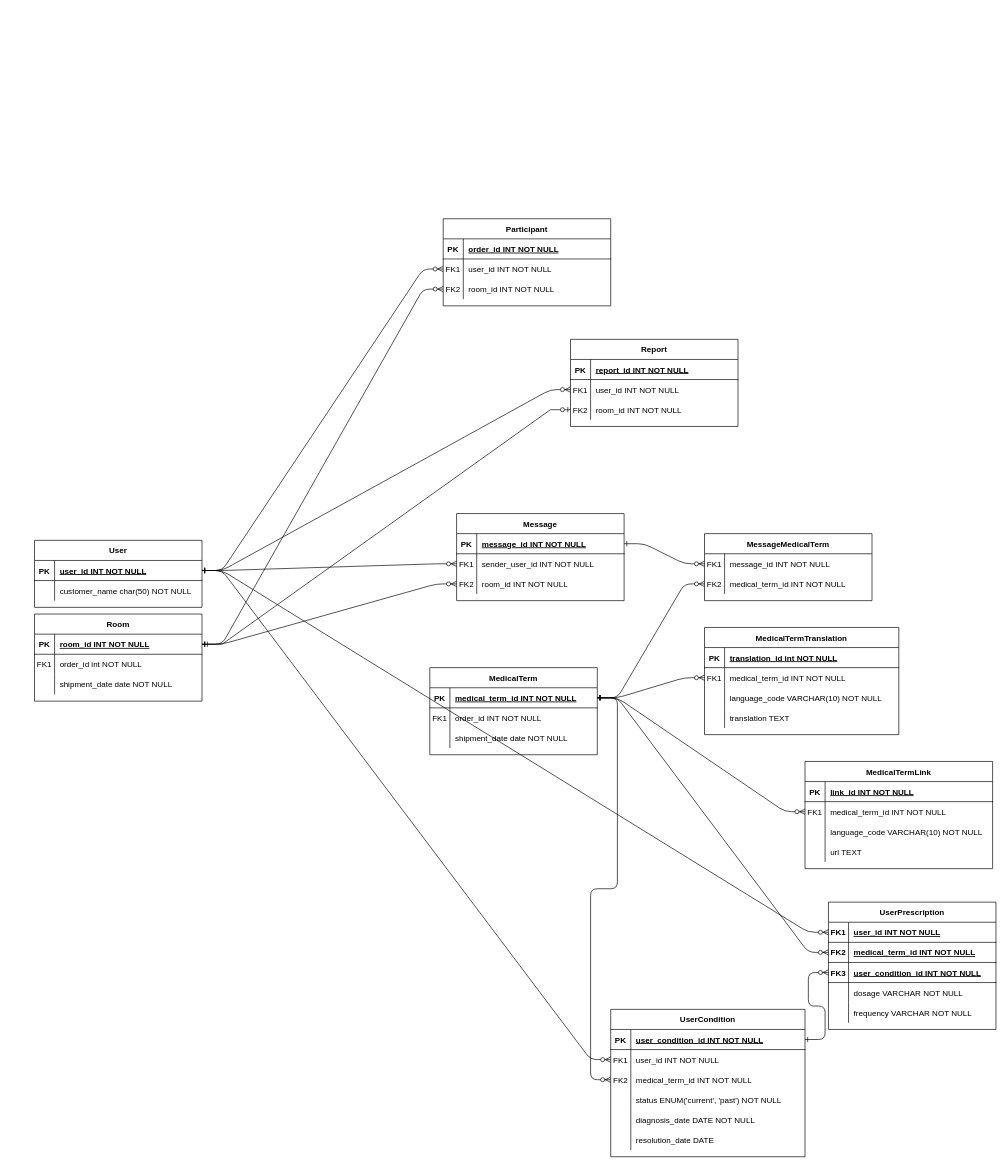
Earlier version of the draw.io diagram Untitled Diagram.drawio (chrisrauch193/HEAL-frontend). Source tidied: cells renumbered, new cells numbered last; positions are measured from the earlier drawing's top-left corner, leaving out a move shared by most shapes. Both pictures are drawn from the tidied source at 67%, with x=0, y=0 at pixel (34, 218).
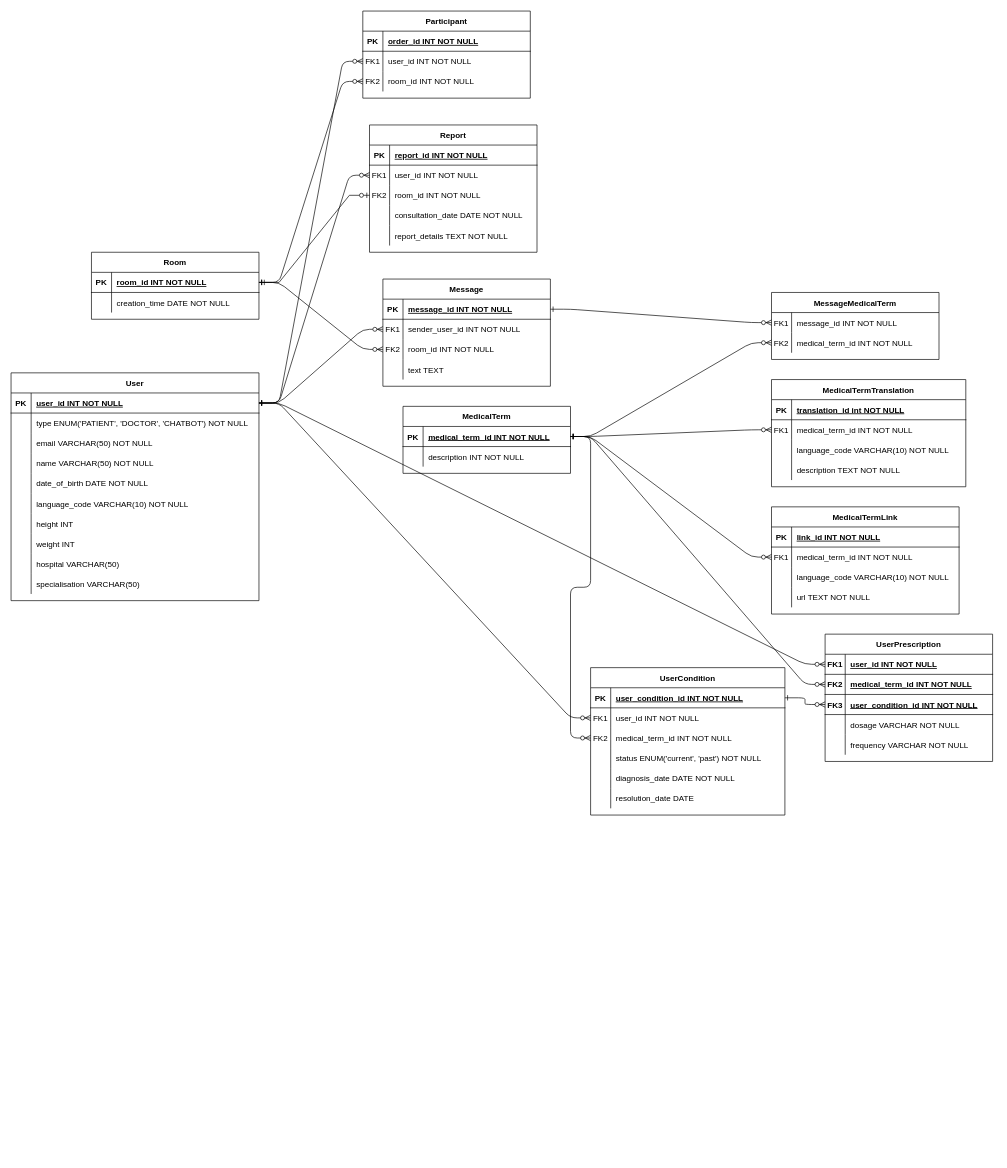
The same diagram, later.

Unchanged cells that the change refers to:
```xml
<mxCell id="18" style="shape=partialRectangle;fillColor=none;top=0;left=0;right=0;bottom=0;" parent="14" vertex="1">
  <mxGeometry y="60" width="250" height="30" as="geometry" />
</mxCell>
<mxCell id="58" style="shape=partialRectangle;fillColor=none;top=0;left=0;right=0;bottom=0;" parent="48" vertex="1">
  <mxGeometry y="120" width="280" height="30" as="geometry" />
</mxCell>
<mxCell id="72" style="shape=partialRectangle;fillColor=none;points=[[0,0.5],[1,0.5]];portConstraint=eastwest;top=0;left=0;right=0;bottom=1;" parent="71" vertex="1">
  <mxGeometry y="30" width="290" height="30" as="geometry" />
</mxCell>
<mxCell id="97" style="shape=partialRectangle;fillColor=none;points=[[0,0.5],[1,0.5]];portConstraint=eastwest;top=0;left=0;right=0;bottom=1;" parent="90" vertex="1">
  <mxGeometry y="90" width="250" height="30" as="geometry" />
</mxCell>
<mxCell id="113" style="shape=partialRectangle;fillColor=none;top=0;left=0;right=0;bottom=0;" parent="109" vertex="1">
  <mxGeometry y="60" width="250" height="30" as="geometry" />
</mxCell>
<mxCell id="132" style="shape=partialRectangle;fillColor=none;top=0;left=0;right=0;bottom=0;" parent="122" vertex="1">
  <mxGeometry y="120" width="290" height="30" as="geometry" />
</mxCell>
```

Change to the diagram source:
```diff
@@
     <mxCell id="4" value="Participant" style="shape=table;startSize=30;childLayout=tableLayout;rowLines=0;fontStyle=1;align=center;" parent="1" vertex="1">
-      <mxGeometry x="610" width="250" height="130" as="geometry" />
+      <mxGeometry x="490" y="-310" width="250" height="130" as="geometry" />
     </mxCell>
@@
     <mxCell id="14" value="Room" style="shape=table;startSize=30;childLayout=tableLayout;rowLines=0;fontStyle=1;align=center;" parent="1" vertex="1">
-      <mxGeometry y="590" width="250" height="130" as="geometry" />
+      <mxGeometry x="85" y="50" width="250" height="100" as="geometry" />
     </mxCell>
@@
-    <mxCell id="19" value="FK1" style="shape=partialRectangle;overflow=hidden;fillColor=none;top=0;left=0;bottom=0;right=0;" parent="18" vertex="1">
+    <mxCell id="19" style="shape=partialRectangle;overflow=hidden;fillColor=none;top=0;left=0;bottom=0;right=0;" parent="18" vertex="1">
       <mxGeometry width="30" height="30" as="geometry" />
     </mxCell>
-    <mxCell id="20" value="order_id int NOT NULL" style="shape=partialRectangle;overflow=hidden;fillColor=none;top=0;left=0;bottom=0;right=0;align=left;spacingLeft=6;" parent="18" vertex="1">
+    <mxCell id="20" value="creation_time DATE NOT NULL" style="shape=partialRectangle;overflow=hidden;fillColor=none;top=0;left=0;bottom=0;right=0;align=left;spacingLeft=6;" parent="18" vertex="1">
       <mxGeometry x="30" width="220" height="30" as="geometry" />
     </mxCell>
-    <mxCell id="21" style="shape=partialRectangle;fillColor=none;top=0;left=0;right=0;bottom=0;" parent="14" vertex="1">
-      <mxGeometry y="90" width="250" height="30" as="geometry" />
-    </mxCell>
-    <mxCell id="22" style="shape=partialRectangle;overflow=hidden;fillColor=none;top=0;left=0;bottom=0;right=0;" parent="21" vertex="1">
-      <mxGeometry width="30" height="30" as="geometry" />
-    </mxCell>
-    <mxCell id="23" value="shipment_date date NOT NULL" style="shape=partialRectangle;overflow=hidden;fillColor=none;top=0;left=0;bottom=0;right=0;align=left;spacingLeft=6;" parent="21" vertex="1">
-      <mxGeometry x="30" width="220" height="30" as="geometry" />
-    </mxCell>
     <mxCell id="24" value="User" style="shape=table;startSize=30;childLayout=tableLayout;rowLines=0;fontStyle=1;align=center;" parent="1" vertex="1">
-      <mxGeometry y="480" width="250" height="100" as="geometry" />
+      <mxGeometry x="-35" y="230" width="370" height="340" as="geometry" />
     </mxCell>
     <mxCell id="25" style="shape=partialRectangle;fillColor=none;points=[[0,0.5],[1,0.5]];portConstraint=eastwest;top=0;left=0;right=0;bottom=1;" parent="24" vertex="1">
-      <mxGeometry y="30" width="250" height="30" as="geometry" />
+      <mxGeometry y="30" width="370" height="30" as="geometry" />
     </mxCell>
@@
     <mxCell id="27" value="user_id INT NOT NULL " style="shape=partialRectangle;overflow=hidden;fillColor=none;top=0;left=0;bottom=0;right=0;align=left;spacingLeft=6;fontStyle=5;" parent="25" vertex="1">
-      <mxGeometry x="30" width="220" height="30" as="geometry" />
+      <mxGeometry x="30" width="340" height="30" as="geometry" />
     </mxCell>
     <mxCell id="28" style="shape=partialRectangle;fillColor=none;top=0;left=0;right=0;bottom=0;" parent="24" vertex="1">
-      <mxGeometry y="60" width="250" height="30" as="geometry" />
+      <mxGeometry y="60" width="370" height="30" as="geometry" />
     </mxCell>
@@
-    <mxCell id="30" value="customer_name char(50) NOT NULL" style="shape=partialRectangle;overflow=hidden;fillColor=none;top=0;left=0;bottom=0;right=0;align=left;spacingLeft=6;" parent="28" vertex="1">
-      <mxGeometry x="30" width="220" height="30" as="geometry" />
+    <mxCell id="30" value="type ENUM('PATIENT', 'DOCTOR', 'CHATBOT') NOT NULL" style="shape=partialRectangle;overflow=hidden;fillColor=none;top=0;left=0;bottom=0;right=0;align=left;spacingLeft=6;" parent="28" vertex="1">
+      <mxGeometry x="30" width="340" height="30" as="geometry" />
     </mxCell>
+    <mxCell id="142" style="shape=partialRectangle;fillColor=none;top=0;left=0;right=0;bottom=0;" parent="24" vertex="1">
+      <mxGeometry y="90" width="370" height="30" as="geometry" />
+    </mxCell>
+    <mxCell id="143" style="shape=partialRectangle;overflow=hidden;fillColor=none;top=0;left=0;bottom=0;right=0;" parent="142" vertex="1">
+      <mxGeometry width="30" height="30" as="geometry" />
+    </mxCell>
+    <mxCell id="144" value="email VARCHAR(50) NOT NULL" style="shape=partialRectangle;overflow=hidden;fillColor=none;top=0;left=0;bottom=0;right=0;align=left;spacingLeft=6;" parent="142" vertex="1">
+      <mxGeometry x="30" width="340" height="30" as="geometry" />
+    </mxCell>
+    <mxCell id="145" style="shape=partialRectangle;fillColor=none;top=0;left=0;right=0;bottom=0;" parent="24" vertex="1">
+      <mxGeometry y="120" width="370" height="30" as="geometry" />
+    </mxCell>
+    <mxCell id="146" style="shape=partialRectangle;overflow=hidden;fillColor=none;top=0;left=0;bottom=0;right=0;" parent="145" vertex="1">
+      <mxGeometry width="30" height="30" as="geometry" />
+    </mxCell>
+    <mxCell id="147" value="name VARCHAR(50) NOT NULL" style="shape=partialRectangle;overflow=hidden;fillColor=none;top=0;left=0;bottom=0;right=0;align=left;spacingLeft=6;" parent="145" vertex="1">
+      <mxGeometry x="30" width="340" height="30" as="geometry" />
+    </mxCell>
+    <mxCell id="148" style="shape=partialRectangle;fillColor=none;top=0;left=0;right=0;bottom=0;" parent="24" vertex="1">
+      <mxGeometry y="150" width="370" height="30" as="geometry" />
+    </mxCell>
+    <mxCell id="149" style="shape=partialRectangle;overflow=hidden;fillColor=none;top=0;left=0;bottom=0;right=0;" parent="148" vertex="1">
+      <mxGeometry width="30" height="30" as="geometry" />
+    </mxCell>
+    <mxCell id="150" value="date_of_birth DATE NOT NULL" style="shape=partialRectangle;overflow=hidden;fillColor=none;top=0;left=0;bottom=0;right=0;align=left;spacingLeft=6;" parent="148" vertex="1">
+      <mxGeometry x="30" width="340" height="30" as="geometry" />
+    </mxCell>
+    <mxCell id="151" style="shape=partialRectangle;fillColor=none;top=0;left=0;right=0;bottom=0;" parent="24" vertex="1">
+      <mxGeometry y="180" width="370" height="30" as="geometry" />
+    </mxCell>
+    <mxCell id="152" style="shape=partialRectangle;overflow=hidden;fillColor=none;top=0;left=0;bottom=0;right=0;" parent="151" vertex="1">
+      <mxGeometry width="30" height="30" as="geometry" />
+    </mxCell>
+    <mxCell id="153" value="language_code VARCHAR(10) NOT NULL" style="shape=partialRectangle;overflow=hidden;fillColor=none;top=0;left=0;bottom=0;right=0;align=left;spacingLeft=6;" parent="151" vertex="1">
+      <mxGeometry x="30" width="340" height="30" as="geometry" />
+    </mxCell>
+    <mxCell id="154" style="shape=partialRectangle;fillColor=none;top=0;left=0;right=0;bottom=0;" parent="24" vertex="1">
+      <mxGeometry y="210" width="370" height="30" as="geometry" />
+    </mxCell>
+    <mxCell id="155" style="shape=partialRectangle;overflow=hidden;fillColor=none;top=0;left=0;bottom=0;right=0;" parent="154" vertex="1">
+      <mxGeometry width="30" height="30" as="geometry" />
+    </mxCell>
+    <mxCell id="156" value="height INT" style="shape=partialRectangle;overflow=hidden;fillColor=none;top=0;left=0;bottom=0;right=0;align=left;spacingLeft=6;" parent="154" vertex="1">
+      <mxGeometry x="30" width="340" height="30" as="geometry" />
+    </mxCell>
+    <mxCell id="157" style="shape=partialRectangle;fillColor=none;top=0;left=0;right=0;bottom=0;" parent="24" vertex="1">
+      <mxGeometry y="240" width="370" height="30" as="geometry" />
+    </mxCell>
+    <mxCell id="158" style="shape=partialRectangle;overflow=hidden;fillColor=none;top=0;left=0;bottom=0;right=0;" parent="157" vertex="1">
+      <mxGeometry width="30" height="30" as="geometry" />
+    </mxCell>
+    <mxCell id="159" value="weight INT" style="shape=partialRectangle;overflow=hidden;fillColor=none;top=0;left=0;bottom=0;right=0;align=left;spacingLeft=6;" parent="157" vertex="1">
+      <mxGeometry x="30" width="340" height="30" as="geometry" />
+    </mxCell>
+    <mxCell id="160" style="shape=partialRectangle;fillColor=none;top=0;left=0;right=0;bottom=0;" parent="24" vertex="1">
+      <mxGeometry y="270" width="370" height="30" as="geometry" />
+    </mxCell>
+    <mxCell id="161" style="shape=partialRectangle;overflow=hidden;fillColor=none;top=0;left=0;bottom=0;right=0;" parent="160" vertex="1">
+      <mxGeometry width="30" height="30" as="geometry" />
+    </mxCell>
+    <mxCell id="162" value="hospital VARCHAR(50)" style="shape=partialRectangle;overflow=hidden;fillColor=none;top=0;left=0;bottom=0;right=0;align=left;spacingLeft=6;" parent="160" vertex="1">
+      <mxGeometry x="30" width="340" height="30" as="geometry" />
+    </mxCell>
+    <mxCell id="163" style="shape=partialRectangle;fillColor=none;top=0;left=0;right=0;bottom=0;" parent="24" vertex="1">
+      <mxGeometry y="300" width="370" height="30" as="geometry" />
+    </mxCell>
+    <mxCell id="164" style="shape=partialRectangle;overflow=hidden;fillColor=none;top=0;left=0;bottom=0;right=0;" parent="163" vertex="1">
+      <mxGeometry width="30" height="30" as="geometry" />
+    </mxCell>
+    <mxCell id="165" value="specialisation VARCHAR(50)" style="shape=partialRectangle;overflow=hidden;fillColor=none;top=0;left=0;bottom=0;right=0;align=left;spacingLeft=6;" parent="163" vertex="1">
+      <mxGeometry x="30" width="340" height="30" as="geometry" />
+    </mxCell>
     <mxCell id="31" value="Message" style="shape=table;startSize=30;childLayout=tableLayout;rowLines=0;fontStyle=1;align=center;" parent="1" vertex="1">
-      <mxGeometry x="630" y="440" width="250" height="130" as="geometry" />
+      <mxGeometry x="520" y="90" width="250" height="160" as="geometry" />
     </mxCell>
@@
+    <mxCell id="166" style="shape=partialRectangle;fillColor=none;top=0;left=0;right=0;bottom=0;" parent="31" vertex="1">
+      <mxGeometry y="120" width="250" height="30" as="geometry" />
+    </mxCell>
+    <mxCell id="167" style="shape=partialRectangle;overflow=hidden;fillColor=none;top=0;left=0;bottom=0;right=0;" parent="166" vertex="1">
+      <mxGeometry width="30" height="30" as="geometry" />
+    </mxCell>
+    <mxCell id="168" value="text TEXT" style="shape=partialRectangle;overflow=hidden;fillColor=none;top=0;left=0;bottom=0;right=0;align=left;spacingLeft=6;" parent="166" vertex="1">
+      <mxGeometry x="30" width="220" height="30" as="geometry" />
+    </mxCell>
     <mxCell id="41" value="MessageMedicalTerm" style="shape=table;startSize=30;childLayout=tableLayout;rowLines=0;fontStyle=1;align=center;" parent="1" vertex="1">
-      <mxGeometry x="1000" y="470" width="250" height="100" as="geometry" />
+      <mxGeometry x="1100" y="110" width="250" height="100" as="geometry" />
     </mxCell>
@@
     <mxCell id="48" value="MedicalTermLink" style="shape=table;startSize=30;childLayout=tableLayout;rowLines=0;fontStyle=1;align=center;" parent="1" vertex="1">
-      <mxGeometry x="1150" y="810" width="280" height="160" as="geometry" />
+      <mxGeometry x="1100" y="430" width="280" height="160" as="geometry" />
     </mxCell>
@@
-    <mxCell id="60" value="url TEXT" style="shape=partialRectangle;overflow=hidden;fillColor=none;top=0;left=0;bottom=0;right=0;align=left;spacingLeft=6;" parent="58" vertex="1">
+    <mxCell id="60" value="url TEXT NOT NULL" style="shape=partialRectangle;overflow=hidden;fillColor=none;top=0;left=0;bottom=0;right=0;align=left;spacingLeft=6;" parent="58" vertex="1">
       <mxGeometry x="30" width="250" height="30" as="geometry" />
     </mxCell>
     <mxCell id="61" value="Report" style="shape=table;startSize=30;childLayout=tableLayout;rowLines=0;fontStyle=1;align=center;" parent="1" vertex="1">
-      <mxGeometry x="800" y="180" width="250" height="130" as="geometry" />
+      <mxGeometry x="500" y="-140" width="250" height="190" as="geometry" />
     </mxCell>
@@
+    <mxCell id="169" style="shape=partialRectangle;fillColor=none;top=0;left=0;right=0;bottom=0;" parent="61" vertex="1">
+      <mxGeometry y="120" width="250" height="30" as="geometry" />
+    </mxCell>
+    <mxCell id="170" style="shape=partialRectangle;overflow=hidden;fillColor=none;top=0;left=0;bottom=0;right=0;" parent="169" vertex="1">
+      <mxGeometry width="30" height="30" as="geometry" />
+    </mxCell>
+    <mxCell id="171" value="consultation_date DATE NOT NULL" style="shape=partialRectangle;overflow=hidden;fillColor=none;top=0;left=0;bottom=0;right=0;align=left;spacingLeft=6;" parent="169" vertex="1">
+      <mxGeometry x="30" width="220" height="30" as="geometry" />
+    </mxCell>
+    <mxCell id="172" style="shape=partialRectangle;fillColor=none;top=0;left=0;right=0;bottom=0;" parent="61" vertex="1">
+      <mxGeometry y="150" width="250" height="30" as="geometry" />
+    </mxCell>
+    <mxCell id="173" style="shape=partialRectangle;overflow=hidden;fillColor=none;top=0;left=0;bottom=0;right=0;" parent="172" vertex="1">
+      <mxGeometry width="30" height="30" as="geometry" />
+    </mxCell>
+    <mxCell id="174" value="report_details TEXT NOT NULL" style="shape=partialRectangle;overflow=hidden;fillColor=none;top=0;left=0;bottom=0;right=0;align=left;spacingLeft=6;" parent="172" vertex="1">
+      <mxGeometry x="30" width="220" height="30" as="geometry" />
+    </mxCell>
     <mxCell id="71" value="UserCondition" style="shape=table;startSize=30;childLayout=tableLayout;rowLines=0;fontStyle=1;align=center;" parent="1" vertex="1">
-      <mxGeometry x="860" y="1180" width="290" height="220" as="geometry" />
+      <mxGeometry x="830" y="670" width="290" height="220" as="geometry" />
     </mxCell>
@@
     <mxCell id="90" value="UserPrescription" style="shape=table;startSize=30;childLayout=tableLayout;rowLines=0;fontStyle=1;align=center;" parent="1" vertex="1">
-      <mxGeometry x="1185" y="1020" width="250" height="190" as="geometry" />
+      <mxGeometry x="1180" y="620" width="250" height="190" as="geometry" />
     </mxCell>
@@
     <mxCell id="109" value="MedicalTerm" style="shape=table;startSize=30;childLayout=tableLayout;rowLines=0;fontStyle=1;align=center;" parent="1" vertex="1">
-      <mxGeometry x="590" y="670" width="250" height="130" as="geometry" />
+      <mxGeometry x="550" y="280" width="250" height="100" as="geometry" />
     </mxCell>
@@
-    <mxCell id="114" value="FK1" style="shape=partialRectangle;overflow=hidden;fillColor=none;top=0;left=0;bottom=0;right=0;" parent="113" vertex="1">
+    <mxCell id="114" style="shape=partialRectangle;overflow=hidden;fillColor=none;top=0;left=0;bottom=0;right=0;" parent="113" vertex="1">
       <mxGeometry width="30" height="30" as="geometry" />
     </mxCell>
-    <mxCell id="115" value="order_id INT NOT NULL" style="shape=partialRectangle;overflow=hidden;fillColor=none;top=0;left=0;bottom=0;right=0;align=left;spacingLeft=6;" parent="113" vertex="1">
+    <mxCell id="115" value="description INT NOT NULL" style="shape=partialRectangle;overflow=hidden;fillColor=none;top=0;left=0;bottom=0;right=0;align=left;spacingLeft=6;" parent="113" vertex="1">
       <mxGeometry x="30" width="220" height="30" as="geometry" />
     </mxCell>
-    <mxCell id="116" style="shape=partialRectangle;fillColor=none;top=0;left=0;right=0;bottom=0;" parent="109" vertex="1">
-      <mxGeometry y="90" width="250" height="30" as="geometry" />
-    </mxCell>
-    <mxCell id="117" style="shape=partialRectangle;overflow=hidden;fillColor=none;top=0;left=0;bottom=0;right=0;" parent="116" vertex="1">
-      <mxGeometry width="30" height="30" as="geometry" />
-    </mxCell>
-    <mxCell id="118" value="shipment_date date NOT NULL" style="shape=partialRectangle;overflow=hidden;fillColor=none;top=0;left=0;bottom=0;right=0;align=left;spacingLeft=6;" parent="116" vertex="1">
-      <mxGeometry x="30" width="220" height="30" as="geometry" />
-    </mxCell>
@@
     <mxCell id="122" value="MedicalTermTranslation" style="shape=table;startSize=30;childLayout=tableLayout;rowLines=0;fontStyle=1;align=center;" parent="1" vertex="1">
-      <mxGeometry x="1000" y="610" width="290" height="160" as="geometry" />
+      <mxGeometry x="1100" y="240" width="290" height="160" as="geometry" />
     </mxCell>
@@
-    <mxCell id="134" value="translation TEXT" style="shape=partialRectangle;overflow=hidden;fillColor=none;top=0;left=0;bottom=0;right=0;align=left;spacingLeft=6;" parent="132" vertex="1">
+    <mxCell id="134" value="description TEXT NOT NULL" style="shape=partialRectangle;overflow=hidden;fillColor=none;top=0;left=0;bottom=0;right=0;align=left;spacingLeft=6;" parent="132" vertex="1">
       <mxGeometry x="30" width="260" height="30" as="geometry" />
     </mxCell>
@@
-    <mxCell id="139" style="edgeStyle=entityRelationEdgeStyle;endArrow=ERzeroToMany;startArrow=ERone;endFill=1;startFill=0;exitX=1;exitY=0.5;exitDx=0;exitDy=0;entryX=0;entryY=0.5;entryDx=0;entryDy=0;" parent="1" edge="1" source="72" target="97">
+    <mxCell id="139" style="edgeStyle=entityRelationEdgeStyle;endArrow=ERzeroToMany;startArrow=ERone;endFill=1;startFill=0;exitX=1;exitY=0.5;exitDx=0;exitDy=0;entryX=0;entryY=0.5;entryDx=0;entryDy=0;" parent="1" edge="1" target="97">
       <mxGeometry relative="1" as="geometry">
+        <mxPoint x="1120" y="715" as="sourcePoint" />
         <Array as="points">
-          <mxPoint x="450" y="755" />
+          <mxPoint x="540" y="745" />
         </Array>
       </mxGeometry>
     </mxCell>
```
